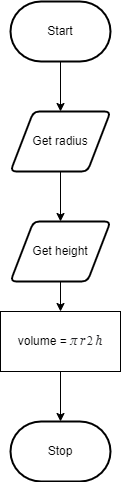
This is flowchart.png from Huzaifa-Khalid-2/ICS3U-Unit5-04-Python, a draw.io export, as it was before one commit. Source tidied: cells renumbered, new cells last; positions are measured from the earlier drawing's top-left corner, leaving out a move shared by most shapes.
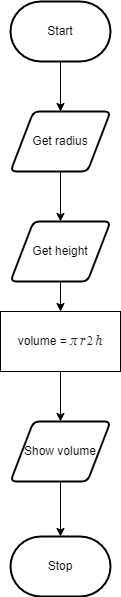
Above is the later version.

What changed in the source:
```diff
@@ -33,7 +33,13 @@
       <mxGeometry y="310" width="120" height="60" as="geometry" />
     </mxCell>
     <mxCell id="10" value="Stop" style="strokeWidth=2;html=1;shape=mxgraph.flowchart.terminator;whiteSpace=wrap;" parent="1" vertex="1">
-      <mxGeometry x="10" y="420" width="100" height="60" as="geometry" />
+      <mxGeometry x="10" y="535" width="100" height="60" as="geometry" />
     </mxCell>
+    <mxCell id="11" style="edgeStyle=none;html=1;entryX=0.5;entryY=0;entryDx=0;entryDy=0;entryPerimeter=0;" parent="1" edge="1" source="12" target="10">
+      <mxGeometry relative="1" as="geometry" />
+    </mxCell>
+    <mxCell id="12" value="Show volume" style="shape=parallelogram;html=1;strokeWidth=2;perimeter=parallelogramPerimeter;whiteSpace=wrap;rounded=1;arcSize=12;size=0.23;" parent="1" vertex="1">
+      <mxGeometry x="10" y="420" width="100" height="60" as="geometry" />
+    </mxCell>
   </root>
 </mxGraphModel>
```
